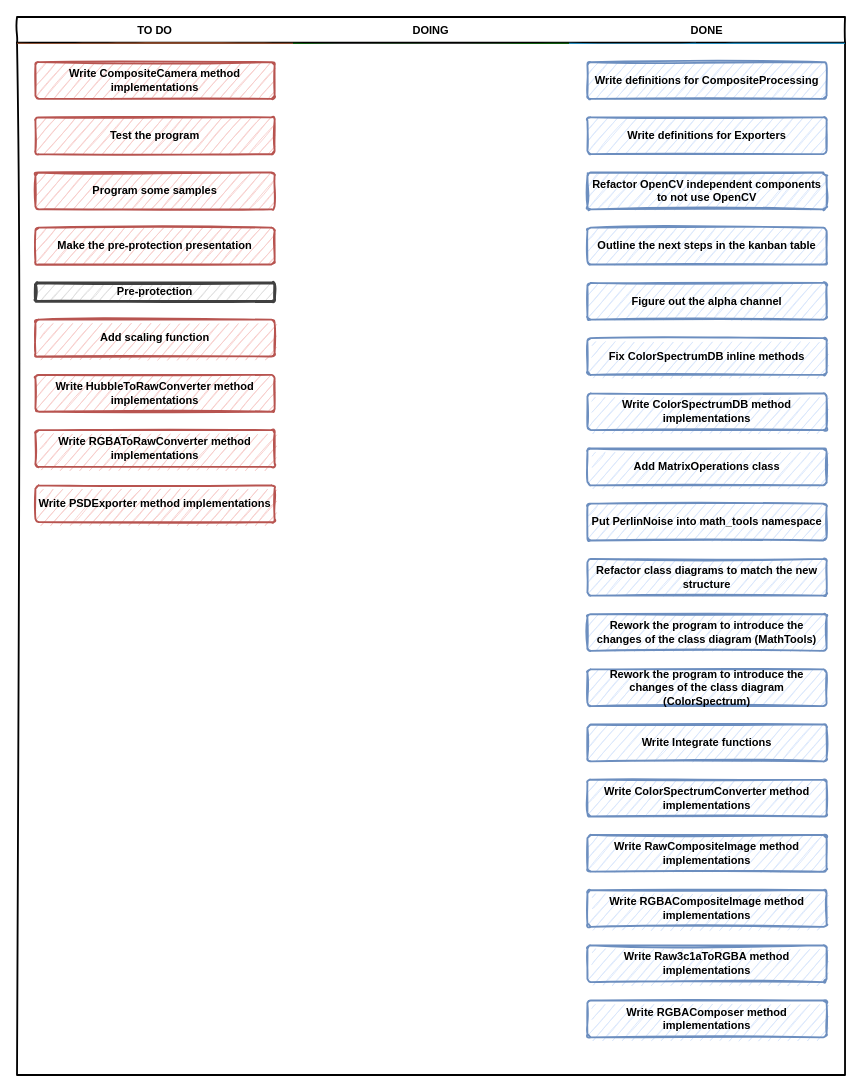
Earlier version of the draw.io diagram Docs/Kanban table.drawio (SpatiumOwl/ComplexSky-2.0). Source tidied: cells renumbered, new cells numbered last; positions are measured from the earlier drawing's top-left corner, leaving out a move shared by most shapes. Both pictures are drawn from the tidied source at 92%, with x=0, y=0 at pixel (17, 17).
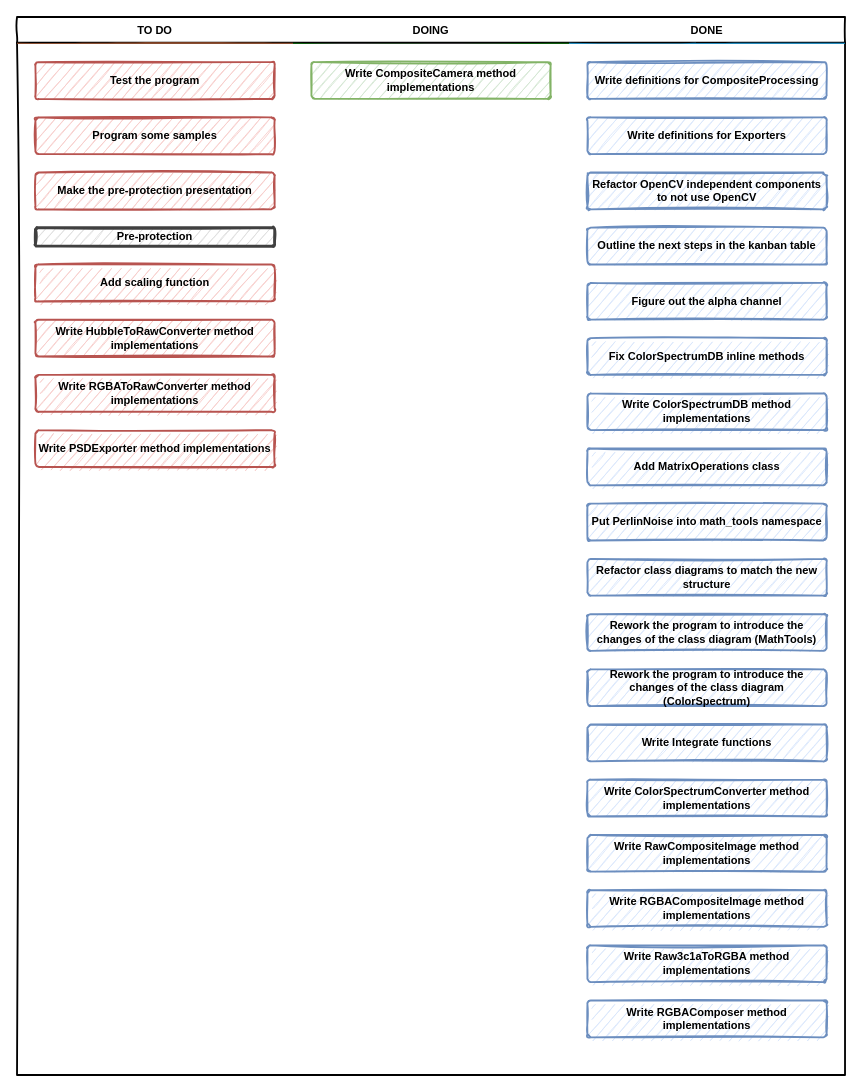
After the change.

The change refers to these unchanged cells:
```xml
<mxCell id="3" value="TO DO" style="swimlane;strokeWidth=2;fontFamily=Permanent Marker;html=0;startSize=1;verticalAlign=bottom;spacingBottom=5;stackBorder=20;sketch=1;strokeColor=none;fillStyle=solid;fillColor=#A0522D;" parent="2" vertex="1">
  <mxGeometry y="28" width="300" height="1122" as="geometry" />
</mxCell>
<mxCell id="13" value="DOING" style="swimlane;strokeWidth=2;fontFamily=Permanent Marker;html=0;startSize=1;verticalAlign=bottom;spacingBottom=5;stackBorder=20;sketch=1;strokeColor=none;fillStyle=solid;fillColor=#006600;" parent="2" vertex="1">
  <mxGeometry x="300" y="28" width="300" height="1122" as="geometry" />
</mxCell>
```

Diff of the diagram source:
```diff
@@
-    <mxCell id="4" value="Write CompositeCamera method implementations" style="whiteSpace=wrap;html=1;strokeWidth=2;fillColor=#f8cecc;fontStyle=1;spacingTop=0;rounded=1;arcSize=9;sketch=1;fontFamily=Permanent Marker;hachureGap=8;fillWeight=1;strokeColor=#b85450;" parent="3" vertex="1">
-      <mxGeometry x="20" y="21" width="260" height="40" as="geometry" />
-    </mxCell>
     <mxCell id="5" value="Test the program" style="whiteSpace=wrap;html=1;strokeWidth=2;fillColor=#f8cecc;fontStyle=1;spacingTop=0;rounded=1;arcSize=9;sketch=1;fontFamily=Permanent Marker;hachureGap=8;fillWeight=1;strokeColor=#b85450;" parent="3" vertex="1">
-      <mxGeometry x="20" y="81" width="260" height="40" as="geometry" />
+      <mxGeometry x="20" y="21" width="260" height="40" as="geometry" />
     </mxCell>
     <mxCell id="6" value="Program some samples" style="whiteSpace=wrap;html=1;strokeWidth=2;fillColor=#f8cecc;fontStyle=1;spacingTop=0;rounded=1;arcSize=9;sketch=1;fontFamily=Permanent Marker;hachureGap=8;fillWeight=1;strokeColor=#b85450;" parent="3" vertex="1">
-      <mxGeometry x="20" y="141" width="260" height="40" as="geometry" />
+      <mxGeometry x="20" y="81" width="260" height="40" as="geometry" />
     </mxCell>
     <mxCell id="7" value="Make the pre-protection presentation" style="whiteSpace=wrap;html=1;strokeWidth=2;fillColor=#f8cecc;fontStyle=1;spacingTop=0;rounded=1;arcSize=9;sketch=1;fontFamily=Permanent Marker;hachureGap=8;fillWeight=1;strokeColor=#b85450;" parent="3" vertex="1">
-      <mxGeometry x="20" y="201" width="260" height="40" as="geometry" />
+      <mxGeometry x="20" y="141" width="260" height="40" as="geometry" />
     </mxCell>
     <mxCell id="8" value="Pre-protection" style="whiteSpace=wrap;html=1;strokeWidth=3;fillColor=#E0E0E0;fontStyle=1;spacingTop=0;rounded=1;arcSize=9;sketch=1;fontFamily=Permanent Marker;hachureGap=8;fillWeight=1;strokeColor=#404040;imageHeight=15;" parent="3" vertex="1">
-      <mxGeometry x="20" y="261" width="260" height="20" as="geometry" />
+      <mxGeometry x="20" y="201" width="260" height="20" as="geometry" />
     </mxCell>
     <mxCell id="9" value="Add scaling function" style="whiteSpace=wrap;html=1;strokeWidth=2;fillColor=#f8cecc;fontStyle=1;spacingTop=0;rounded=1;arcSize=9;sketch=1;fontFamily=Permanent Marker;hachureGap=8;fillWeight=1;strokeColor=#b85450;" parent="3" vertex="1">
-      <mxGeometry x="20" y="301" width="260" height="40" as="geometry" />
+      <mxGeometry x="20" y="241" width="260" height="40" as="geometry" />
     </mxCell>
     <mxCell id="10" value="Write HubbleToRawConverter method implementations" style="whiteSpace=wrap;html=1;strokeWidth=2;fillColor=#f8cecc;fontStyle=1;spacingTop=0;rounded=1;arcSize=9;sketch=1;fontFamily=Permanent Marker;hachureGap=8;fillWeight=1;strokeColor=#b85450;" parent="3" vertex="1">
-      <mxGeometry x="20" y="361" width="260" height="40" as="geometry" />
+      <mxGeometry x="20" y="301" width="260" height="40" as="geometry" />
     </mxCell>
     <mxCell id="11" value="Write RGBAToRawConverter method implementations" style="whiteSpace=wrap;html=1;strokeWidth=2;fillColor=#f8cecc;fontStyle=1;spacingTop=0;rounded=1;arcSize=9;sketch=1;fontFamily=Permanent Marker;hachureGap=8;fillWeight=1;strokeColor=#b85450;" parent="3" vertex="1">
-      <mxGeometry x="20" y="421" width="260" height="40" as="geometry" />
+      <mxGeometry x="20" y="361" width="260" height="40" as="geometry" />
     </mxCell>
     <mxCell id="12" value="Write PSDExporter method implementations" style="whiteSpace=wrap;html=1;strokeWidth=2;fillColor=#f8cecc;fontStyle=1;spacingTop=0;rounded=1;arcSize=9;sketch=1;fontFamily=Permanent Marker;hachureGap=8;fillWeight=1;strokeColor=#b85450;" parent="3" vertex="1">
-      <mxGeometry x="20" y="481" width="260" height="40" as="geometry" />
+      <mxGeometry x="20" y="421" width="260" height="40" as="geometry" />
     </mxCell>
@@
+    <mxCell id="4" value="Write CompositeCamera method implementations" style="whiteSpace=wrap;html=1;strokeWidth=2;fillColor=#d5e8d4;fontStyle=1;spacingTop=0;rounded=1;arcSize=9;sketch=1;fontFamily=Permanent Marker;hachureGap=8;fillWeight=1;strokeColor=#82b366;" parent="13" vertex="1">
+      <mxGeometry x="20" y="21" width="260" height="40" as="geometry" />
+    </mxCell>
```
